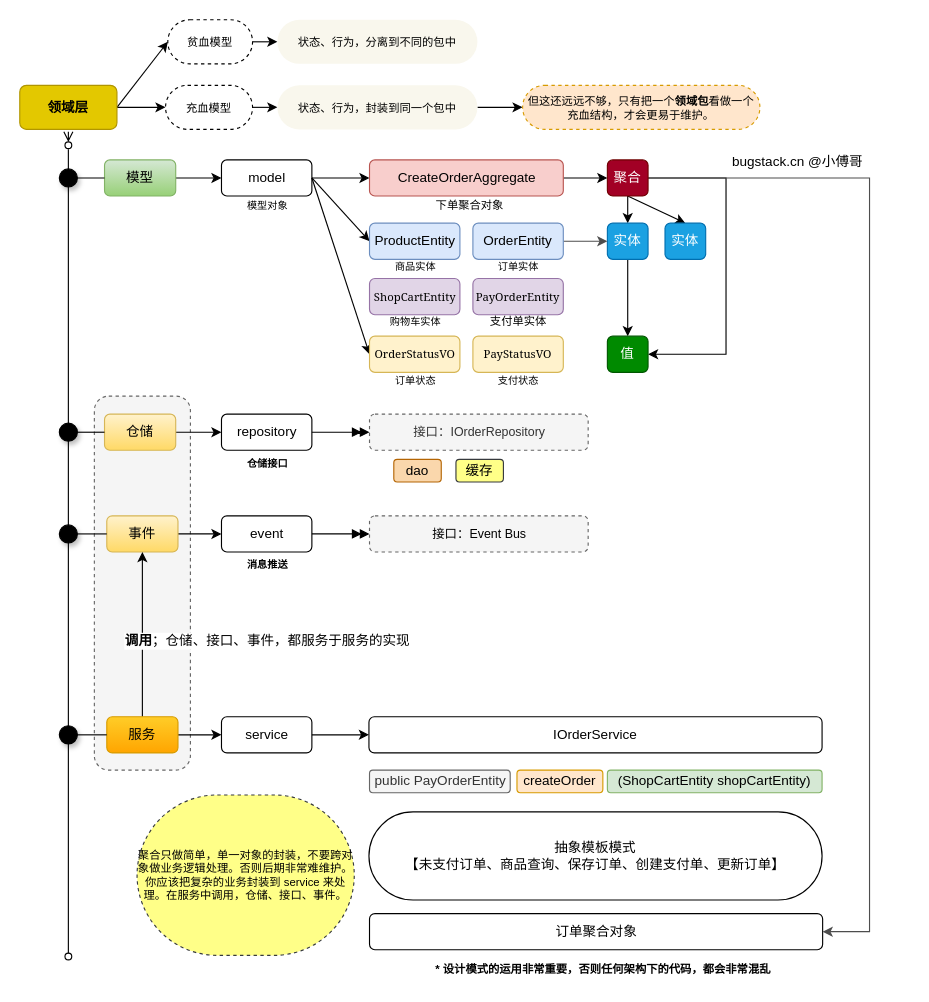
This is page "支付领域" (4 of 5) of docs/draw.io/系统架构.drawio from MYXHcode/chatgpt-data, a draw.io file, before an edit. Source tidied: cells renumbered, new cells numbered last; positions are measured from the earlier drawing's top-left corner, leaving out a move shared by most shapes. Both pictures are drawn from the tidied source at 113%, with x=0, y=0 at pixel (19, 19).
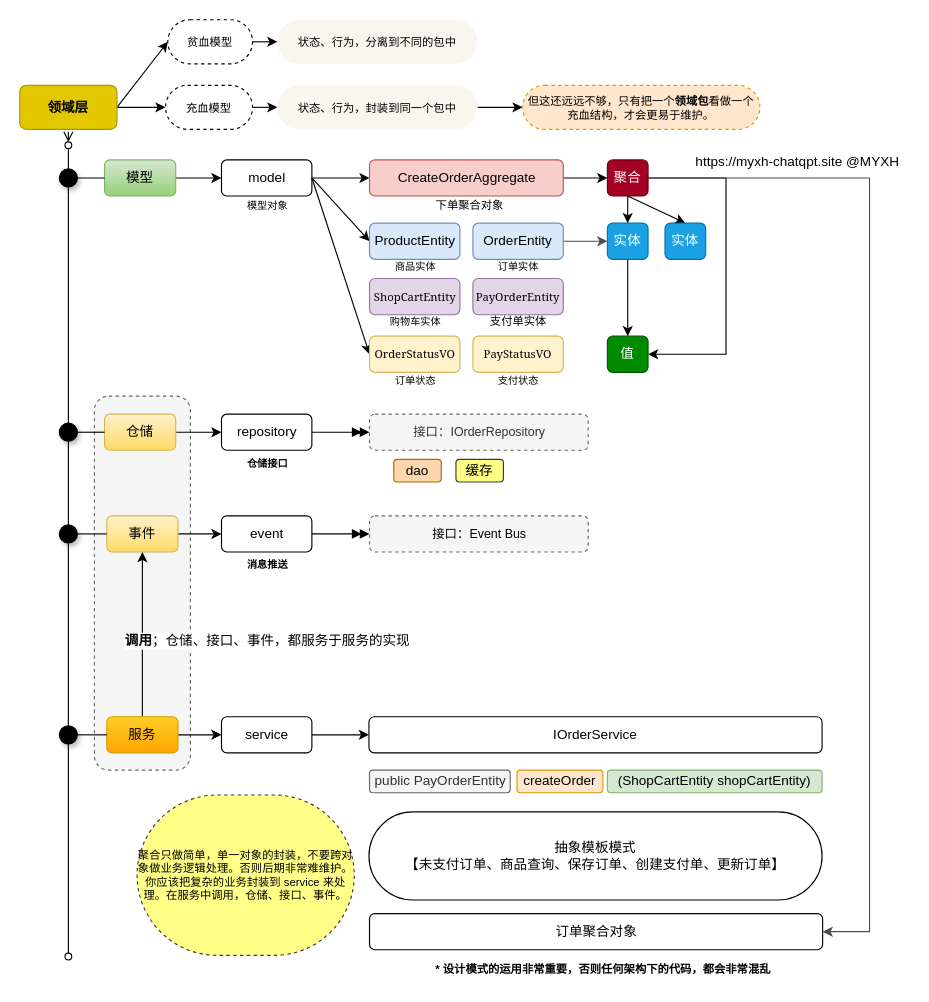
Above is the later version.

Change to the diagram source:
```diff
@@
-    <mxCell id="69" value="bugstack.cn @小傅哥" style="text;html=1;align=center;verticalAlign=middle;strokeColor=none;fillColor=none;" parent="1" vertex="1">
-      <mxGeometry x="621" y="113" width="134" height="26" as="geometry" />
+    <mxCell id="69" value="https://myxh-chatqpt.site @MYXH" style="text;html=1;align=center;verticalAlign=middle;strokeColor=none;fillColor=none;" parent="1" vertex="1">
+      <mxGeometry x="589" y="113" width="198" height="26" as="geometry" />
     </mxCell>
```
